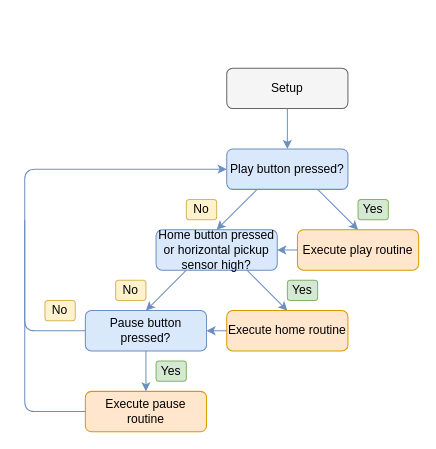
Before: Design/Software/SuperLoop.drawio in pdnelson/Automatic-Record-Player, a draw.io diagram. Source tidied: cells renumbered, new cells numbered last; positions are measured from the earlier drawing's top-left corner, leaving out a move shared by most shapes. Both pictures are drawn from the tidied source at 101%, with x=0, y=0 at pixel (24, 68).
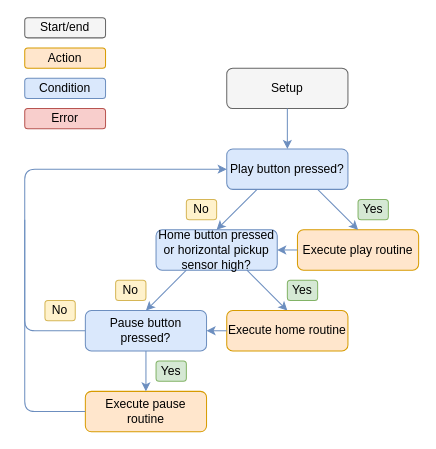
After the change.

Diff of the diagram source:
```diff
@@
+    <mxCell id="25" value="&lt;font color=&quot;#000000&quot;&gt;Action&lt;/font&gt;" style="rounded=1;whiteSpace=wrap;html=1;fillColor=#ffe6cc;strokeColor=#d79b00;" parent="1" vertex="1">
+      <mxGeometry y="-20" width="80" height="20" as="geometry" />
+    </mxCell>
+    <mxCell id="26" value="&lt;font color=&quot;#000000&quot;&gt;Condition&lt;/font&gt;" style="rounded=1;whiteSpace=wrap;html=1;fillColor=#dae8fc;strokeColor=#6c8ebf;" parent="1" vertex="1">
+      <mxGeometry y="10" width="80" height="20" as="geometry" />
+    </mxCell>
+    <mxCell id="27" value="&lt;font color=&quot;#000000&quot;&gt;Start/end&lt;/font&gt;" style="rounded=1;whiteSpace=wrap;html=1;fillColor=#f5f5f5;strokeColor=#666666;fontColor=#333333;" parent="1" vertex="1">
+      <mxGeometry y="-50" width="80" height="20" as="geometry" />
+    </mxCell>
+    <mxCell id="28" value="&lt;font color=&quot;#000000&quot;&gt;Error&lt;/font&gt;" style="rounded=1;whiteSpace=wrap;html=1;fillColor=#f8cecc;strokeColor=#b85450;" parent="1" vertex="1">
+      <mxGeometry y="40" width="80" height="20" as="geometry" />
+    </mxCell>
```
